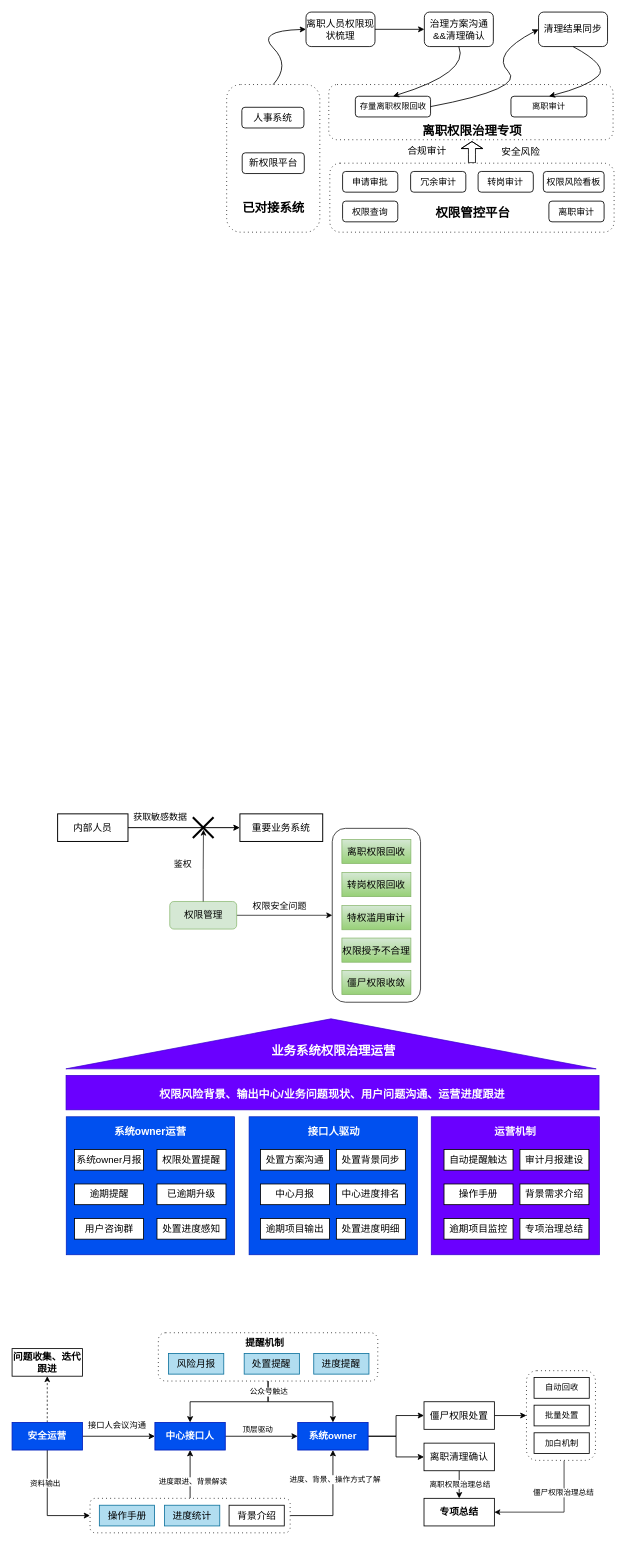
This is page "第 14 页" (10 of 10) of 权限审计.drawio from zpxiao-ios/hello-world, a draw.io file, before an edit. Source tidied: cells renumbered, new cells numbered last; positions are measured from the earlier drawing's top-left corner, leaving out a move shared by most shapes. Both pictures are drawn from the tidied source at 69%, with x=0, y=0 at pixel (12, 12).
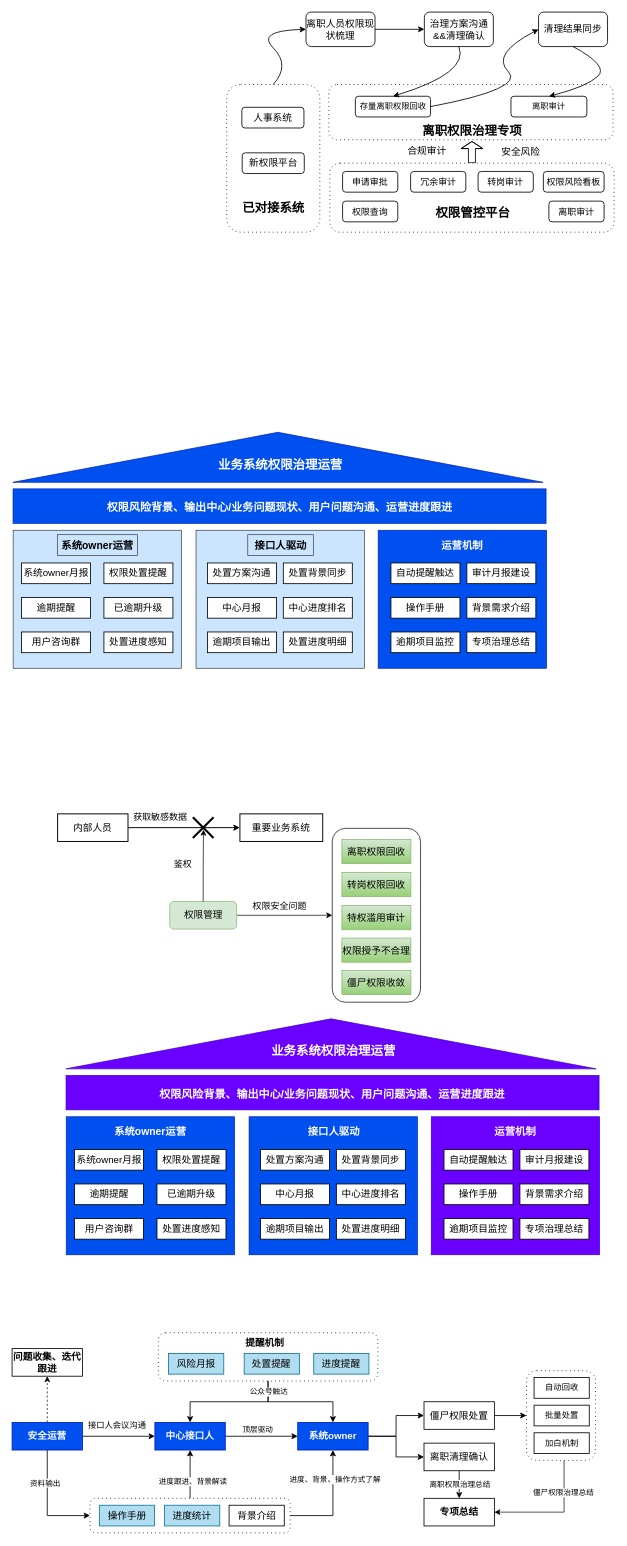
After the change.

Commit message:
更新权限审计.drawio

Change to the diagram source:
```diff
@@
+    <mxCell id="114" style="rounded=0;whiteSpace=wrap;html=1;fillColor=#0050ef;strokeColor=#001DBC;fontColor=#ffffff;" parent="1" vertex="1">
+      <mxGeometry x="530.6" y="751" width="244" height="200" as="geometry" />
+    </mxCell>
+    <mxCell id="115" style="rounded=0;whiteSpace=wrap;html=1;fillColor=#cce5ff;strokeColor=#36393d;" parent="1" vertex="1">
+      <mxGeometry x="1.6" y="751" width="244" height="200" as="geometry" />
+    </mxCell>
+    <mxCell id="116" style="rounded=0;whiteSpace=wrap;html=1;fillColor=#cce5ff;strokeColor=#36393d;flipV=1;" parent="1" vertex="1">
+      <mxGeometry x="266.6" y="751" width="244" height="200" as="geometry" />
+    </mxCell>
+    <mxCell id="117" style="rounded=0;whiteSpace=wrap;html=1;fillColor=#0050ef;strokeColor=#001DBC;flipV=1;fontColor=#ffffff;" parent="1" vertex="1">
+      <mxGeometry x="1.4" y="691" width="772.5" height="50" as="geometry" />
+    </mxCell>
+    <mxCell id="118" style="triangle;whiteSpace=wrap;html=1;rotation=-90;fillColor=#0050ef;strokeColor=#001DBC;flipV=1;fontColor=#ffffff;" parent="1" vertex="1">
+      <mxGeometry x="349.1" y="261" width="72.5" height="768.6" as="geometry" />
+    </mxCell>
+    <mxCell id="119" value="&lt;font style=&quot;font-size: 16px;&quot;&gt;权限风险背景、输出中心/业务问题现状、用户问题沟通、运营进度跟进&lt;/font&gt;" style="text;html=1;align=center;verticalAlign=middle;whiteSpace=wrap;rounded=0;fontStyle=1;fontColor=#FFFFFF;" parent="1" vertex="1">
+      <mxGeometry x="128.5" y="703" width="518.3" height="30" as="geometry" />
+    </mxCell>
+    <mxCell id="120" value="&lt;font style=&quot;font-size: 15px;&quot;&gt;&lt;b&gt;接口人驱动&lt;/b&gt;&lt;/font&gt;" style="text;html=1;align=center;verticalAlign=middle;whiteSpace=wrap;rounded=0;fillColor=#cce5ff;strokeColor=#36393d;" parent="1" vertex="1">
+      <mxGeometry x="341.6" y="757.4" width="95" height="30" as="geometry" />
+    </mxCell>
+    <mxCell id="121" value="&lt;font style=&quot;font-size: 15px;&quot;&gt;运营机制&lt;/font&gt;" style="text;html=1;align=center;verticalAlign=middle;whiteSpace=wrap;rounded=0;fontColor=#FFFFFF;fontStyle=1;" parent="1" vertex="1">
+      <mxGeometry x="604.6" y="757.4" width="95" height="30" as="geometry" />
+    </mxCell>
+    <mxCell id="122" value="系统owner月报" style="rounded=0;whiteSpace=wrap;html=1;strokeWidth=1.2;fontSize=14;" parent="1" vertex="1">
+      <mxGeometry x="13.6" y="798.4" width="100" height="30" as="geometry" />
+    </mxCell>
+    <mxCell id="123" value="权限处置提醒" style="rounded=0;whiteSpace=wrap;html=1;strokeWidth=1.2;fontSize=14;" parent="1" vertex="1">
+      <mxGeometry x="133.1" y="798.4" width="100" height="30" as="geometry" />
+    </mxCell>
+    <mxCell id="124" value="逾期提醒" style="rounded=0;whiteSpace=wrap;html=1;strokeWidth=1.2;fontSize=14;" parent="1" vertex="1">
+      <mxGeometry x="13.6" y="848.4" width="100" height="30" as="geometry" />
+    </mxCell>
+    <mxCell id="125" value="已逾期升级" style="rounded=0;whiteSpace=wrap;html=1;strokeWidth=1.2;fontSize=14;" parent="1" vertex="1">
+      <mxGeometry x="133.1" y="848.4" width="100" height="30" as="geometry" />
+    </mxCell>
+    <mxCell id="126" value="用户咨询群" style="rounded=0;whiteSpace=wrap;html=1;strokeWidth=1.2;fontSize=14;" parent="1" vertex="1">
+      <mxGeometry x="13.6" y="898.4" width="100" height="30" as="geometry" />
+    </mxCell>
+    <mxCell id="127" value="处置进度感知" style="rounded=0;whiteSpace=wrap;html=1;strokeWidth=1.2;fontSize=14;" parent="1" vertex="1">
+      <mxGeometry x="133.1" y="898.4" width="100" height="30" as="geometry" />
+    </mxCell>
+    <mxCell id="128" value="中心月报" style="rounded=0;whiteSpace=wrap;html=1;strokeWidth=1.2;fontSize=14;" parent="1" vertex="1">
+      <mxGeometry x="283.1" y="848.4" width="100" height="30" as="geometry" />
+    </mxCell>
+    <mxCell id="129" value="中心进度排名" style="rounded=0;whiteSpace=wrap;html=1;strokeWidth=1.2;fontSize=14;" parent="1" vertex="1">
+      <mxGeometry x="393.1" y="848.4" width="100" height="30" as="geometry" />
+    </mxCell>
+    <mxCell id="130" value="逾期项目输出" style="rounded=0;whiteSpace=wrap;html=1;strokeWidth=1.2;fontSize=14;" parent="1" vertex="1">
+      <mxGeometry x="283.1" y="898.4" width="100" height="30" as="geometry" />
+    </mxCell>
+    <mxCell id="131" value="处置背景同步" style="rounded=0;whiteSpace=wrap;html=1;strokeWidth=1.2;fontSize=14;" parent="1" vertex="1">
+      <mxGeometry x="393.1" y="798.4" width="100" height="30" as="geometry" />
+    </mxCell>
+    <mxCell id="132" value="处置方案沟通" style="rounded=0;whiteSpace=wrap;html=1;strokeWidth=1.2;fontSize=14;" parent="1" vertex="1">
+      <mxGeometry x="283.1" y="798.4" width="100" height="30" as="geometry" />
+    </mxCell>
+    <mxCell id="133" value="处置进度明细" style="rounded=0;whiteSpace=wrap;html=1;strokeWidth=1.2;fontSize=14;" parent="1" vertex="1">
+      <mxGeometry x="393.1" y="898.4" width="100" height="30" as="geometry" />
+    </mxCell>
+    <mxCell id="134" value="操作手册" style="rounded=0;whiteSpace=wrap;html=1;strokeWidth=1.2;fontSize=14;" parent="1" vertex="1">
+      <mxGeometry x="549.1" y="848.4" width="100" height="30" as="geometry" />
+    </mxCell>
+    <mxCell id="135" value="背景需求介绍" style="rounded=0;whiteSpace=wrap;html=1;strokeWidth=1.2;fontSize=14;" parent="1" vertex="1">
+      <mxGeometry x="659.1" y="848.4" width="100" height="30" as="geometry" />
+    </mxCell>
+    <mxCell id="136" value="逾期项目监控" style="rounded=0;whiteSpace=wrap;html=1;strokeWidth=1.2;fontSize=14;" parent="1" vertex="1">
+      <mxGeometry x="549.1" y="898.4" width="100" height="30" as="geometry" />
+    </mxCell>
+    <mxCell id="137" value="审计月报建设" style="rounded=0;whiteSpace=wrap;html=1;strokeWidth=1.2;fontSize=14;" parent="1" vertex="1">
+      <mxGeometry x="659.1" y="798.4" width="100" height="30" as="geometry" />
+    </mxCell>
+    <mxCell id="138" value="自动提醒触达" style="rounded=0;whiteSpace=wrap;html=1;strokeWidth=1.2;fontSize=14;" parent="1" vertex="1">
+      <mxGeometry x="549.1" y="798.4" width="100" height="30" as="geometry" />
+    </mxCell>
+    <mxCell id="139" value="专项治理总结" style="rounded=0;whiteSpace=wrap;html=1;strokeWidth=1.2;fontSize=14;" parent="1" vertex="1">
+      <mxGeometry x="659.1" y="898.4" width="100" height="30" as="geometry" />
+    </mxCell>
+    <mxCell id="140" value="&lt;font style=&quot;font-size: 18px;&quot;&gt;业务系统权限治理运营&lt;/font&gt;" style="text;html=1;align=center;verticalAlign=middle;whiteSpace=wrap;rounded=0;fontStyle=1;fontColor=#FFFFFF;" parent="1" vertex="1">
+      <mxGeometry x="251.2" y="641" width="275.8" height="30" as="geometry" />
+    </mxCell>
+    <mxCell id="141" value="&lt;span style=&quot;font-size: 15px;&quot;&gt;&lt;b&gt;系统owner运营&lt;/b&gt;&lt;/span&gt;" style="text;html=1;align=center;verticalAlign=middle;whiteSpace=wrap;rounded=0;fillColor=#cce5ff;strokeColor=#36393d;" parent="1" vertex="1">
+      <mxGeometry x="65.6" y="757.4" width="116" height="30" as="geometry" />
+    </mxCell>
```
